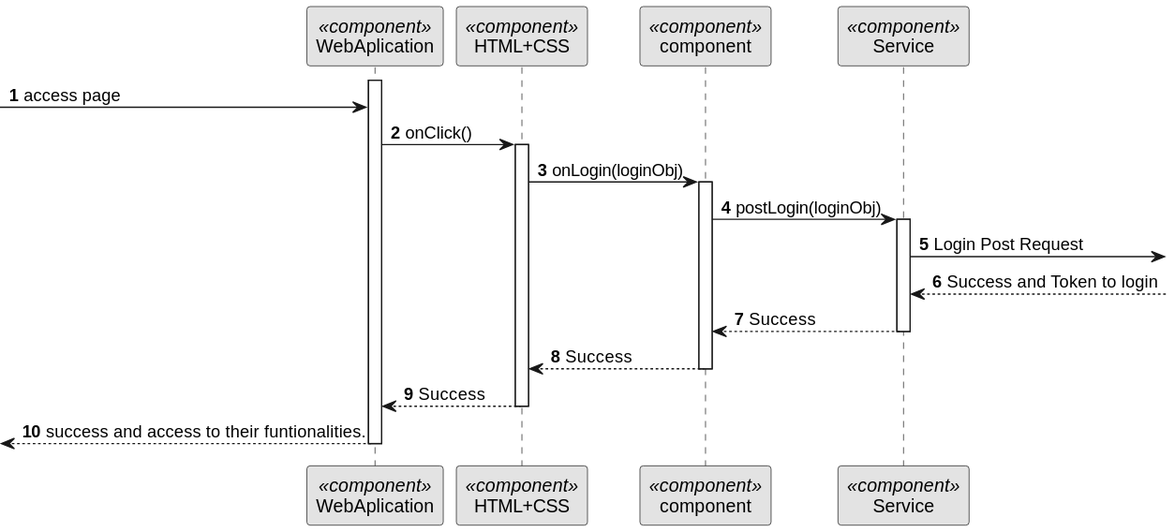
Earlier version of the PlantUML export docs/BackofficeModule/7.2.14/sequence-diagram-3.svg (Ana-Miguel-Silva/SurgicalAppointmentAndResourceManagement).
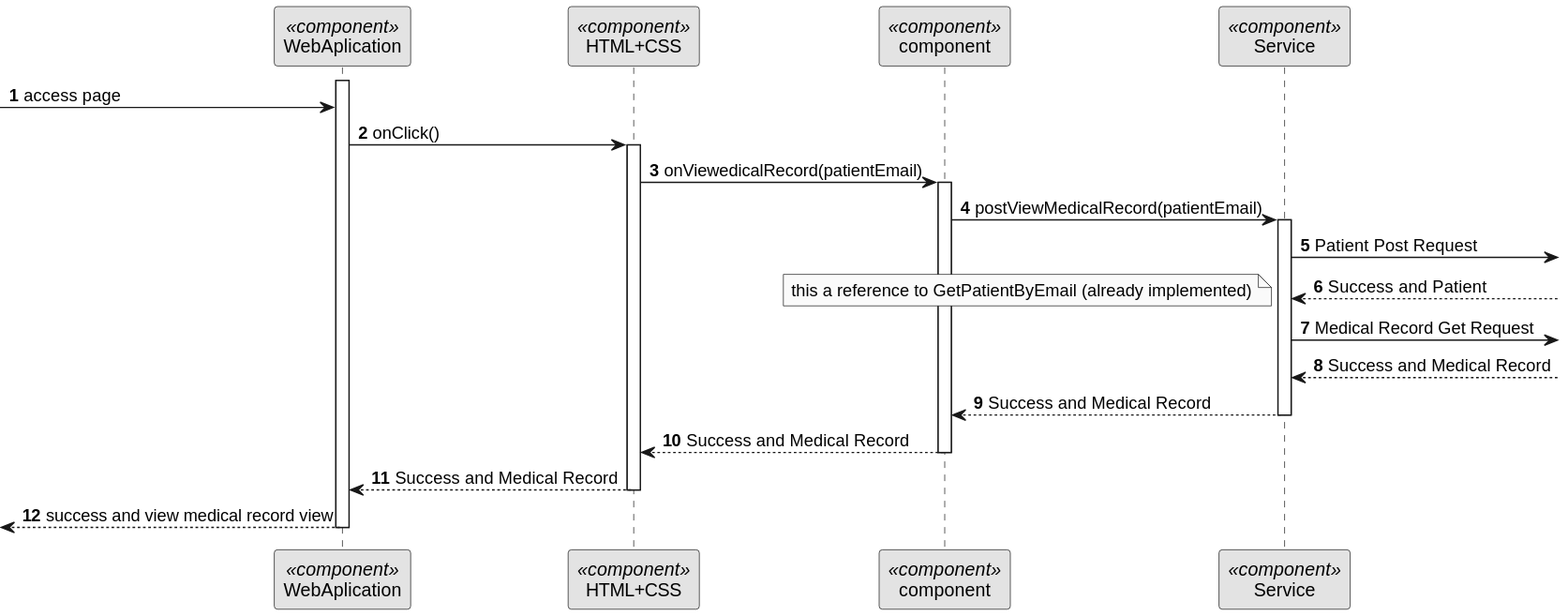
After the change.

Change to the diagram source:
```diff
@@ -18,32 +18,38 @@
 activate HT
 
 
-HT -> CM : onLogin(loginObj)
+HT -> CM : onViewedicalRecord(patientEmail)
 
 activate CM
 
-CM -> SERV : postLogin(loginObj)
+CM -> SERV : postViewMedicalRecord(patientEmail)
 
  activate SERV
 
-  SERV -> : Login Post Request
+   SERV -> : Patient Post Request
 
- SERV <-- : Success and Token to login
+  SERV <-- : Success and Patient
 
-SERV --> CM : Success
+  note right: this a reference to GetPatientByEmail (already implemented)
+
+  SERV -> : Medical Record Get Request
+
+ SERV <-- : Success and Medical Record
+
+SERV --> CM : Success and Medical Record
 
 
 deactivate SERV
 
-CM --> HT : Success
+CM --> HT : Success and Medical Record
 deactivate CM
 
 
 
-HT --> FE : Success
+HT --> FE : Success and Medical Record
 deactivate HT
 
-<--- FE : success and access to their funtionalities.
+<--- FE : success and view medical record view
 
 deactivate FE
 @enduml
```
